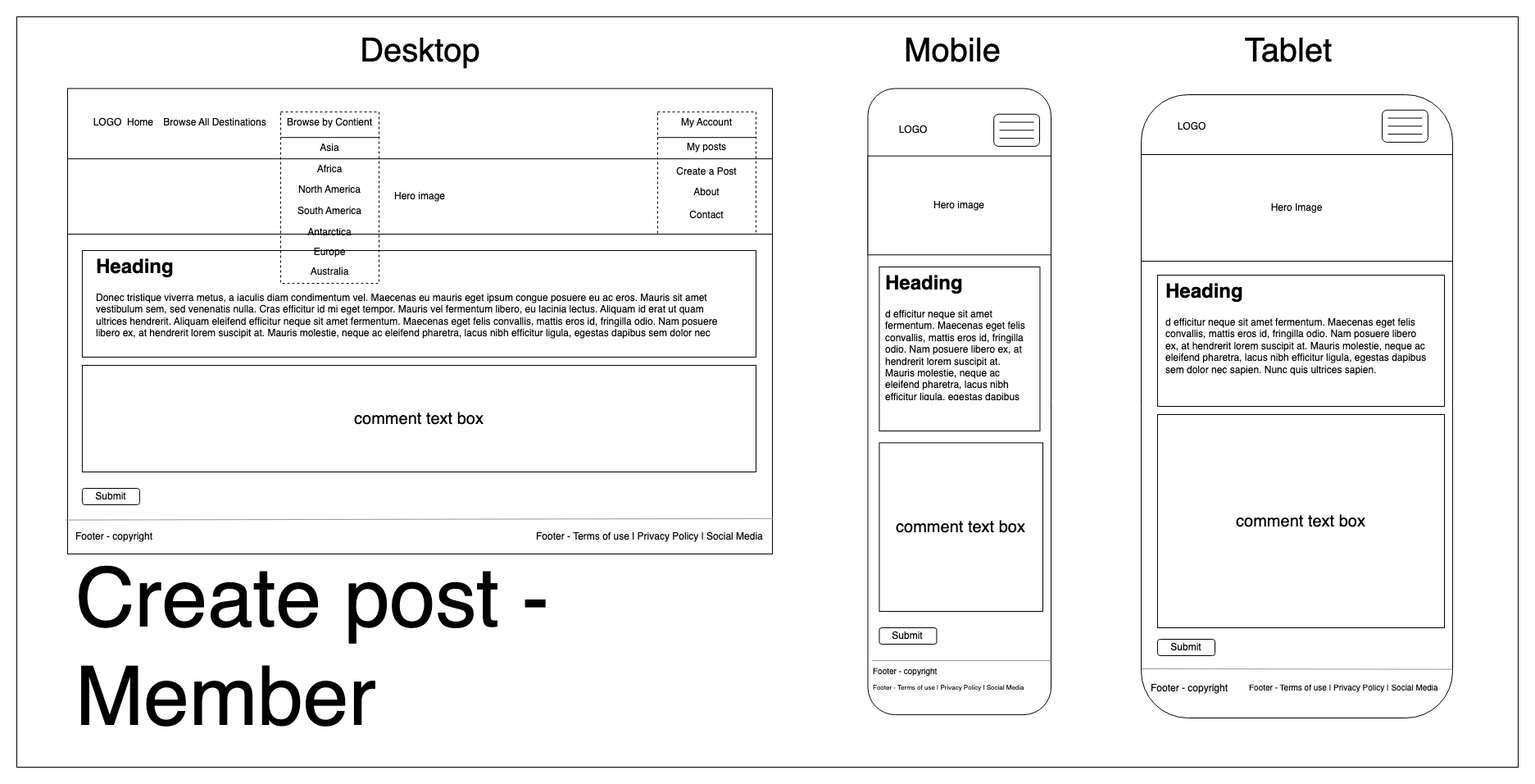
Earlier version of the draw.io export docs/CreatePost-Member.png (MarioLisbona/CA-T3A2-part-A). Source tidied: cells renumbered, new cells last; positions are measured from the earlier drawing's top-left corner, leaving out a move shared by most shapes.
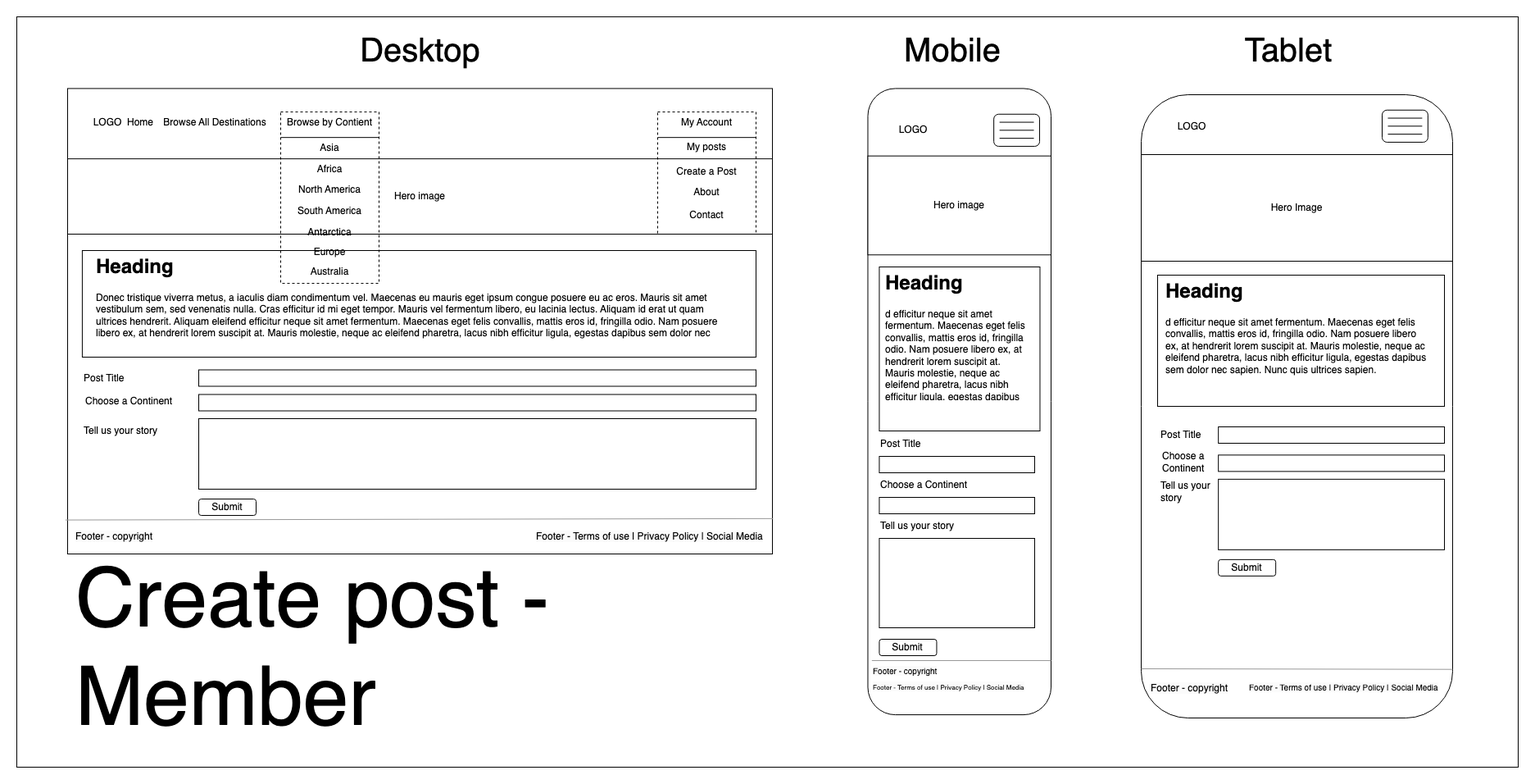
The same diagram one commit later.

Commit message:
Update wireframe for Contact-Member and CreatePost-Member

The edit, as a diff of the source:
```diff
@@ -212,23 +212,68 @@
     <mxCell id="62" value="Contact" style="text;html=1;strokeColor=none;fillColor=none;align=center;verticalAlign=middle;whiteSpace=wrap;rounded=0;" parent="42" vertex="1">
       <mxGeometry x="716" y="113.3" width="92.1" height="28.7" as="geometry" />
     </mxCell>
-    <mxCell id="63" value="&lt;font style=&quot;font-size: 20px;&quot;&gt;comment text box&lt;/font&gt;" style="rounded=0;whiteSpace=wrap;html=1;" parent="1" vertex="1">
-      <mxGeometry x="79.9" y="425" width="822.1" height="130" as="geometry" />
+    <mxCell id="63" style="rounded=0;whiteSpace=wrap;html=1;" parent="1" vertex="1">
+      <mxGeometry x="222" y="490" width="680" height="86" as="geometry" />
     </mxCell>
     <mxCell id="64" value="Submit" style="rounded=1;whiteSpace=wrap;html=1;strokeColor=#000000;fillColor=none;" parent="1" vertex="1">
-      <mxGeometry x="79.9" y="575" width="70" height="20" as="geometry" />
+      <mxGeometry x="222" y="588" width="70" height="20" as="geometry" />
     </mxCell>
-    <mxCell id="65" value="&lt;font style=&quot;font-size: 20px;&quot;&gt;comment text box&lt;/font&gt;" style="rounded=0;whiteSpace=wrap;html=1;" parent="1" vertex="1">
-      <mxGeometry x="1052.4" y="519.5" width="199.6" height="205.5" as="geometry" />
-    </mxCell>
-    <mxCell id="66" value="Submit" style="rounded=1;whiteSpace=wrap;html=1;strokeColor=#000000;fillColor=none;" parent="1" vertex="1">
-      <mxGeometry x="1052.4" y="745" width="70" height="20" as="geometry" />
-    </mxCell>
-    <mxCell id="67" value="&lt;font style=&quot;font-size: 20px;&quot;&gt;comment text box&lt;/font&gt;" style="rounded=0;whiteSpace=wrap;html=1;" parent="1" vertex="1">
-      <mxGeometry x="1392" y="485" width="350" height="260" as="geometry" />
-    </mxCell>
-    <mxCell id="68" value="Submit" style="rounded=1;whiteSpace=wrap;html=1;strokeColor=#000000;fillColor=none;" parent="1" vertex="1">
-      <mxGeometry x="1392" y="759" width="70" height="20" as="geometry" />
-    </mxCell>
+    <mxCell id="69" style="rounded=0;whiteSpace=wrap;html=1;" parent="1" vertex="1">
+      <mxGeometry x="222" y="460.5" width="680" height="20" as="geometry" />
+    </mxCell>
+    <mxCell id="70" style="rounded=0;whiteSpace=wrap;html=1;" parent="1" vertex="1">
+      <mxGeometry x="222" y="430.5" width="680" height="20" as="geometry" />
+    </mxCell>
+    <mxCell id="71" value="Post Title" style="text;html=1;strokeColor=none;fillColor=none;align=left;verticalAlign=middle;whiteSpace=wrap;rounded=0;" parent="1" vertex="1">
+      <mxGeometry x="79.9" y="425.5" width="60" height="30" as="geometry" />
+    </mxCell>
+    <mxCell id="72" value="Choose a Continent" style="text;html=1;strokeColor=none;fillColor=none;align=left;verticalAlign=middle;whiteSpace=wrap;rounded=0;" parent="1" vertex="1">
+      <mxGeometry x="82" y="454.3" width="120" height="30" as="geometry" />
+    </mxCell>
+    <mxCell id="73" value="Tell us your story" style="text;html=1;strokeColor=none;fillColor=none;align=left;verticalAlign=middle;whiteSpace=wrap;rounded=0;" parent="1" vertex="1">
+      <mxGeometry x="79.9" y="490" width="120" height="30" as="geometry" />
+    </mxCell>
+    <mxCell id="74" style="rounded=0;whiteSpace=wrap;html=1;" parent="1" vertex="1">
+      <mxGeometry x="1466.2" y="563.9" width="275.8" height="86" as="geometry" />
+    </mxCell>
+    <mxCell id="75" value="Submit" style="rounded=1;whiteSpace=wrap;html=1;strokeColor=#000000;fillColor=none;" parent="1" vertex="1">
+      <mxGeometry x="1466.2" y="661.9" width="70" height="20" as="geometry" />
+    </mxCell>
+    <mxCell id="76" style="rounded=0;whiteSpace=wrap;html=1;" parent="1" vertex="1">
+      <mxGeometry x="1466.2" y="534.4" width="275.8" height="20" as="geometry" />
+    </mxCell>
+    <mxCell id="77" style="rounded=0;whiteSpace=wrap;html=1;" parent="1" vertex="1">
+      <mxGeometry x="1052.4" y="536" width="189.6" height="20" as="geometry" />
+    </mxCell>
+    <mxCell id="78" value="Post Title" style="text;html=1;strokeColor=none;fillColor=none;align=left;verticalAlign=middle;whiteSpace=wrap;rounded=0;" parent="1" vertex="1">
+      <mxGeometry x="1052.4" y="506" width="60" height="30" as="geometry" />
+    </mxCell>
+    <mxCell id="79" value="Choose a Continent" style="text;html=1;strokeColor=none;fillColor=none;align=left;verticalAlign=middle;whiteSpace=wrap;rounded=0;" parent="1" vertex="1">
+      <mxGeometry x="1396.2" y="528.1" width="65.8" height="30" as="geometry" />
+    </mxCell>
+    <mxCell id="80" value="Tell us your story" style="text;html=1;strokeColor=none;fillColor=none;align=left;verticalAlign=middle;whiteSpace=wrap;rounded=0;" parent="1" vertex="1">
+      <mxGeometry x="1394.1" y="563.9" width="67.9" height="30" as="geometry" />
+    </mxCell>
+    <mxCell id="81" style="rounded=0;whiteSpace=wrap;html=1;" parent="1" vertex="1">
+      <mxGeometry x="1052.4" y="586" width="189.6" height="20" as="geometry" />
+    </mxCell>
+    <mxCell id="82" value="Choose a Continent" style="text;html=1;strokeColor=none;fillColor=none;align=left;verticalAlign=middle;whiteSpace=wrap;rounded=0;" parent="1" vertex="1">
+      <mxGeometry x="1052.4" y="556" width="129.6" height="30" as="geometry" />
+    </mxCell>
+    <mxCell id="83" style="rounded=0;whiteSpace=wrap;html=1;" parent="1" vertex="1">
+      <mxGeometry x="1052.4" y="636" width="189.6" height="109" as="geometry" />
+    </mxCell>
+    <mxCell id="84" value="Tell us your story" style="text;html=1;strokeColor=none;fillColor=none;align=left;verticalAlign=middle;whiteSpace=wrap;rounded=0;" parent="1" vertex="1">
+      <mxGeometry x="1052.4" y="606" width="119.6" height="30" as="geometry" />
+    </mxCell>
+    <mxCell id="85" style="rounded=0;whiteSpace=wrap;html=1;" parent="1" vertex="1">
+      <mxGeometry x="1466.2" y="500" width="275.8" height="20" as="geometry" />
+    </mxCell>
+    <mxCell id="86" value="Post Title" style="text;html=1;strokeColor=none;fillColor=none;align=left;verticalAlign=middle;whiteSpace=wrap;rounded=0;" parent="1" vertex="1">
+      <mxGeometry x="1394.1" y="495" width="60" height="30" as="geometry" />
+    </mxCell>
+    <mxCell id="87" value="Submit" style="rounded=1;whiteSpace=wrap;html=1;strokeColor=#000000;fillColor=none;" parent="1" vertex="1">
+      <mxGeometry x="1052.4" y="759" width="70" height="20" as="geometry" />
+    </mxCell>
   </root>
 </mxGraphModel>
```
